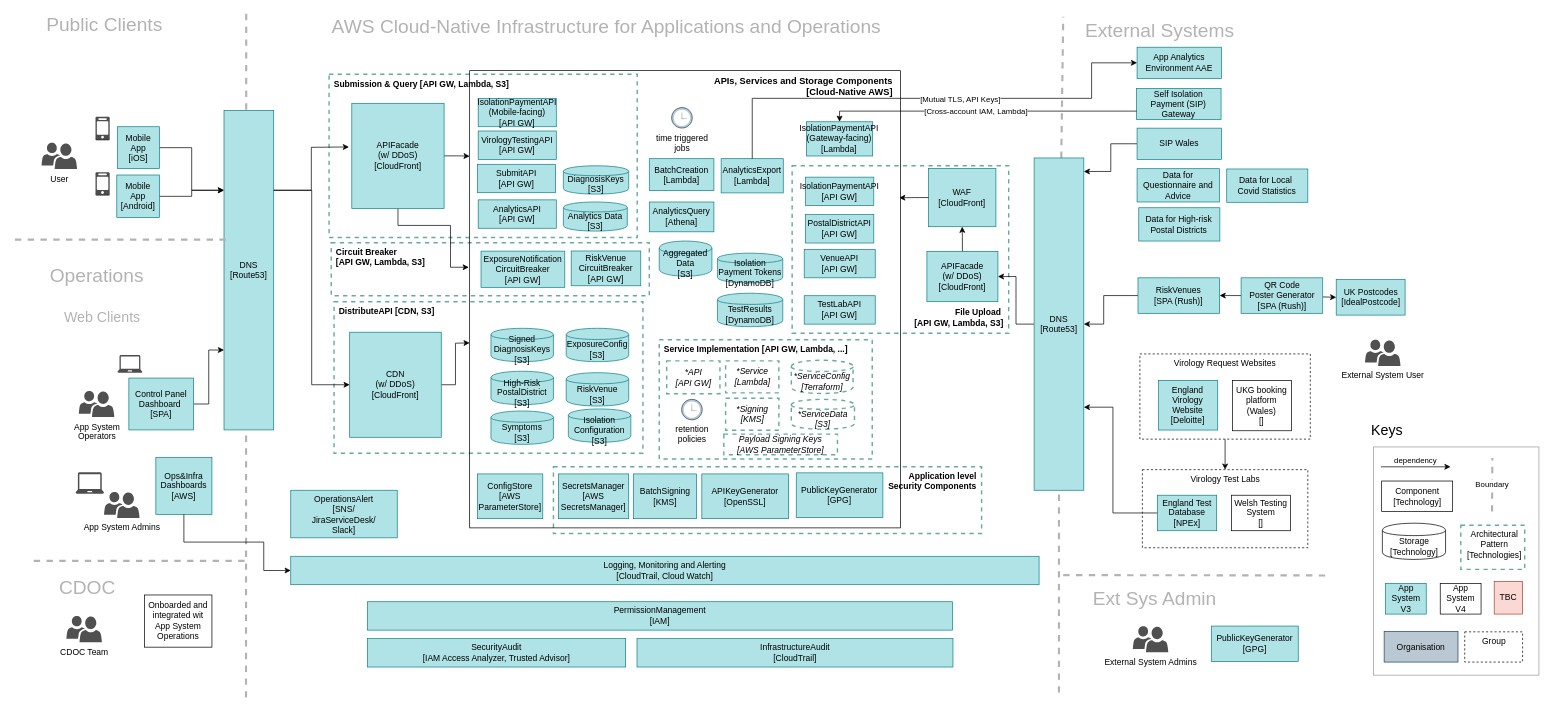
Earlier version of the draw.io diagram doc/architecture/diagrams/cv19-app-system-cloud-infrastructure.drawio (ukhsa-collaboration/covid19-app-system-public). Source tidied: cells renumbered, new cells numbered last; positions are measured from the earlier drawing's top-left corner, leaving out a move shared by most shapes. Both pictures are drawn from the tidied source at 71%, with x=0, y=0 at pixel (13, 13).
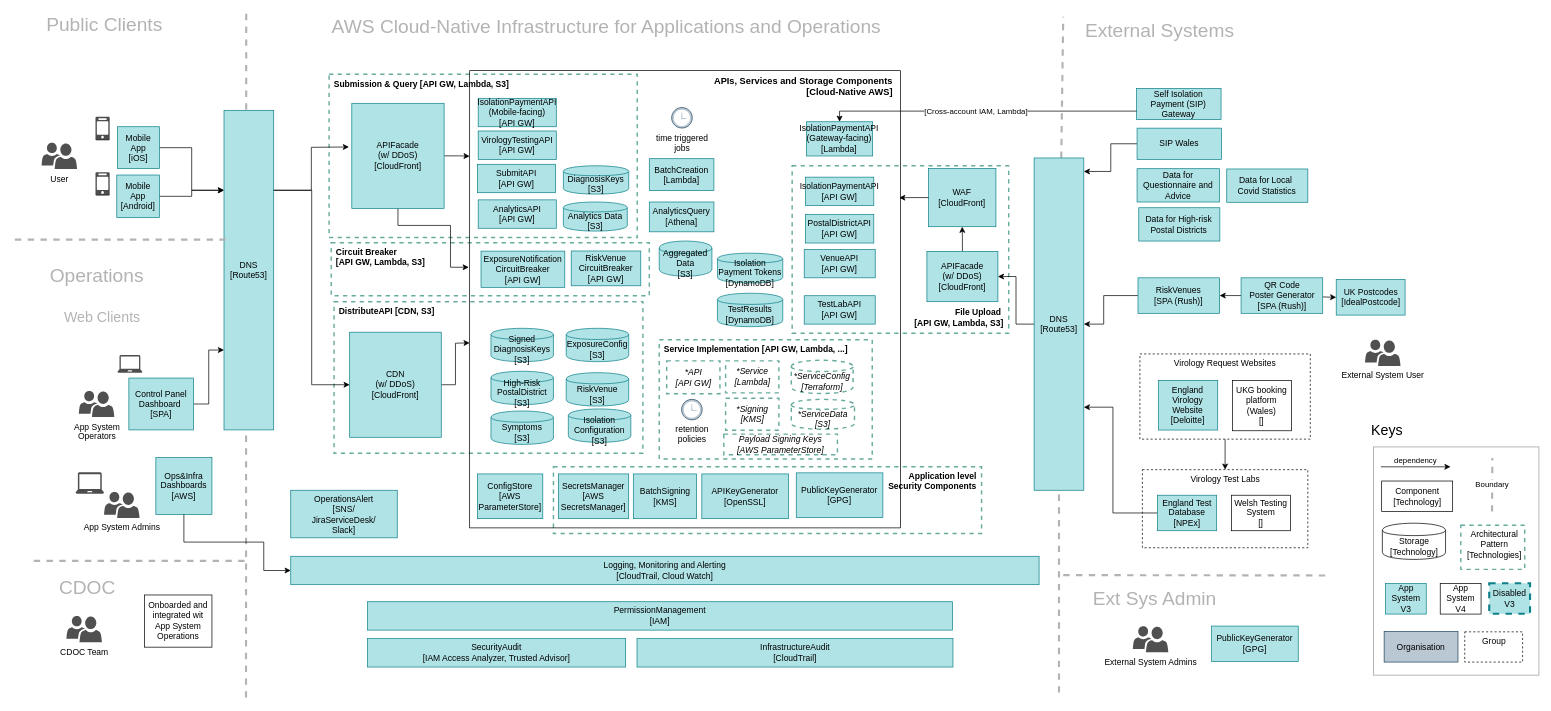
The same diagram, later.

Change to the diagram source:
```diff
@@
-    <mxCell id="63" value="App Analytics Environment AAE" style="whiteSpace=wrap;html=1;strokeColor=#0e8088;fontStyle=0;fillColor=#b0e3e6;" parent="1" vertex="1">
-      <mxGeometry x="1583" y="48" width="119" height="44" as="geometry" />
-    </mxCell>
@@
-    <mxCell id="108" value="TBC" style="text;html=1;strokeColor=#ae4132;fillColor=#fad9d5;align=center;verticalAlign=middle;whiteSpace=wrap;rounded=0;fontSize=12;" parent="1" vertex="1">
-      <mxGeometry x="2086" y="800.4" width="40" height="46" as="geometry" />
-    </mxCell>
-    <mxCell id="109" value="IsolationPaymentAPI&lt;br&gt;(Mobile-facing)&lt;br&gt;[API GW]" style="whiteSpace=wrap;html=1;strokeColor=#0e8088;fillColor=#b0e3e6;" parent="1" vertex="1">
+    <mxCell id="109" value="IsolationPaymentAPI&lt;br&gt;(Mobile-facing)&lt;br&gt;[API GW]" style="whiteSpace=wrap;html=1;strokeColor=#0e8088;fillColor=#b0e3e6;strokeWidth=1;" parent="1" vertex="1">
       <mxGeometry x="655" y="120" width="110" height="40" as="geometry" />
     </mxCell>
@@
-    <mxCell id="126" value="&lt;span&gt;AnalyticsExport&lt;/span&gt;&lt;br&gt;[Lambda]" style="whiteSpace=wrap;html=1;fillColor=#b0e3e6;strokeColor=#0e8088;fontStyle=0;" parent="1" vertex="1">
-      <mxGeometry x="997.2" y="205" width="87.5" height="48.2" as="geometry" />
-    </mxCell>
@@
-    <mxCell id="131" style="edgeStyle=orthogonalEdgeStyle;rounded=0;jettySize=auto;html=1;" parent="1" edge="1" source="126" target="63">
-      <mxGeometry relative="1" as="geometry">
-        <Array as="points">
-          <mxPoint x="1041" y="120" />
-          <mxPoint x="1519" y="120" />
-          <mxPoint x="1519" y="70" />
-        </Array>
-      </mxGeometry>
-    </mxCell>
-    <mxCell id="132" value="&lt;span style=&quot;font-family: &amp;#34;helvetica&amp;#34;&quot;&gt;[Mutual TLS, API Keys]&lt;/span&gt;" style="edgeLabel;html=1;align=center;verticalAlign=middle;" parent="131" vertex="1">
-      <mxGeometry x="0.09" relative="1" as="geometry">
-        <mxPoint x="8.7" as="offset" />
-      </mxGeometry>
-    </mxCell>
@@
+    <mxCell id="137" value="Disabled&lt;br&gt;V3" style="whiteSpace=wrap;html=1;fillColor=#b0e3e6;strokeColor=#0e8088;dashed=1;strokeWidth=3;" parent="1" vertex="1">
+      <mxGeometry x="2079" y="803" width="57.5" height="43" as="geometry" />
+    </mxCell>
```
